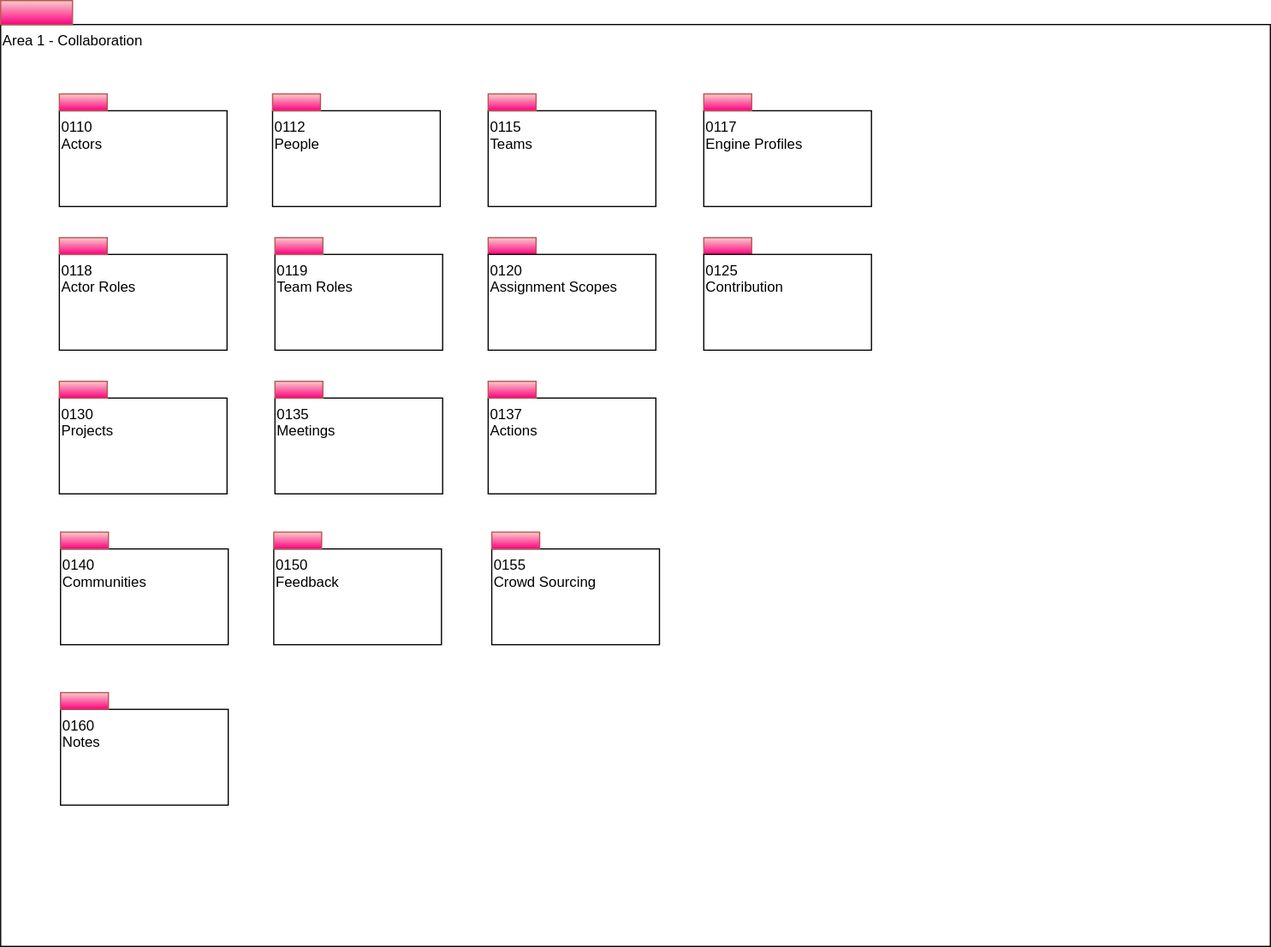
Before: site/docs/types/1/area-1-collaboration-overview.svg, a diagram exported from draw.io (odpi/egeria-docs). Source tidied: cells renumbered, new cells last; positions are measured from the earlier drawing's top-left corner, leaving out a move shared by most shapes.
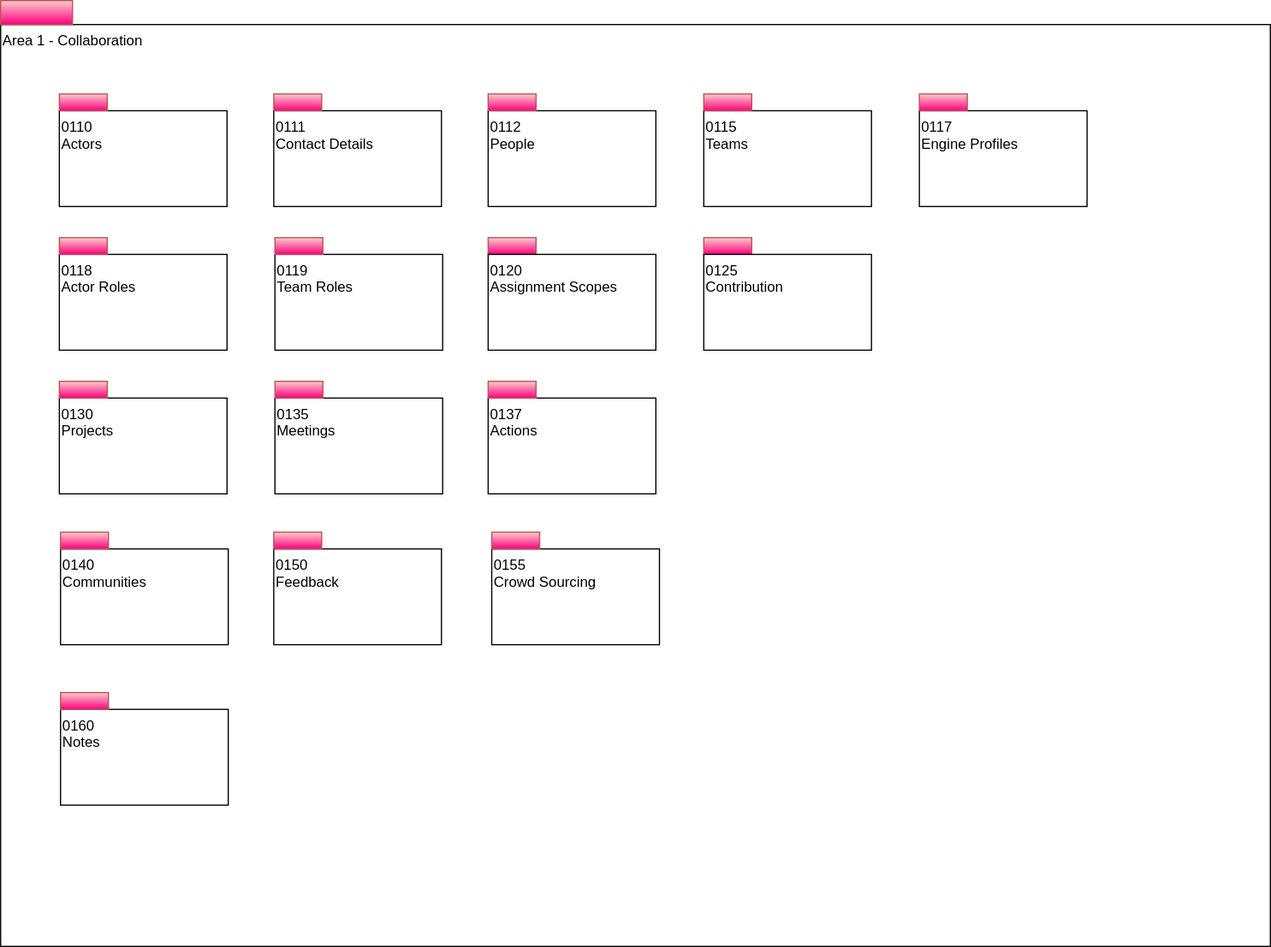
Above is the later version.

Commit message:
Make contact details referenceable

Diff of the diagram source:
```diff
@@ -45,16 +45,16 @@
       <mxGeometry x="49" y="78" width="40" height="14" as="geometry" />
     </mxCell>
     <mxCell id="16" value="0112&lt;br&gt;People&lt;br&gt;" style="rounded=0;whiteSpace=wrap;html=1;align=left;verticalAlign=top;" parent="1" vertex="1">
-      <mxGeometry x="227" y="92" width="140" height="80" as="geometry" />
+      <mxGeometry x="407" y="92" width="140" height="80" as="geometry" />
     </mxCell>
     <mxCell id="17" style="html=1;strokeColor=#b85450;align=center;fillColor=#f8cecc;gradientColor=#FF0080;" parent="1" vertex="1">
-      <mxGeometry x="227" y="78" width="40" height="14" as="geometry" />
+      <mxGeometry x="407" y="78" width="40" height="14" as="geometry" />
     </mxCell>
     <mxCell id="18" value="0115&lt;br&gt;Teams&lt;br&gt;" style="rounded=0;whiteSpace=wrap;html=1;align=left;verticalAlign=top;" parent="1" vertex="1">
-      <mxGeometry x="407" y="92" width="140" height="80" as="geometry" />
+      <mxGeometry x="587" y="92" width="140" height="80" as="geometry" />
     </mxCell>
     <mxCell id="19" style="html=1;strokeColor=#b85450;align=center;fillColor=#f8cecc;gradientColor=#FF0080;" parent="1" vertex="1">
-      <mxGeometry x="407" y="78" width="40" height="14" as="geometry" />
+      <mxGeometry x="587" y="78" width="40" height="14" as="geometry" />
     </mxCell>
     <mxCell id="20" value="0155&lt;br&gt;Crowd Sourcing&lt;br&gt;" style="rounded=0;whiteSpace=wrap;html=1;align=left;verticalAlign=top;" parent="1" vertex="1">
       <mxGeometry x="410" y="458" width="140" height="80" as="geometry" />
@@ -69,10 +69,10 @@
       <mxGeometry x="407" y="318" width="40" height="14" as="geometry" />
     </mxCell>
     <mxCell id="24" value="0117&lt;br&gt;Engine Profiles&lt;br&gt;" style="rounded=0;whiteSpace=wrap;html=1;align=left;verticalAlign=top;" parent="1" vertex="1">
-      <mxGeometry x="587" y="92" width="140" height="80" as="geometry" />
+      <mxGeometry x="767" y="92" width="140" height="80" as="geometry" />
     </mxCell>
     <mxCell id="25" style="html=1;strokeColor=#b85450;align=center;fillColor=#f8cecc;gradientColor=#FF0080;" parent="1" vertex="1">
-      <mxGeometry x="587" y="78" width="40" height="14" as="geometry" />
+      <mxGeometry x="767" y="78" width="40" height="14" as="geometry" />
     </mxCell>
     <mxCell id="26" value="0118&lt;br&gt;Actor Roles" style="rounded=0;whiteSpace=wrap;html=1;align=left;verticalAlign=top;" parent="1" vertex="1">
       <mxGeometry x="49" y="212" width="140" height="80" as="geometry" />
@@ -98,5 +98,11 @@
     <mxCell id="33" value="0125&lt;br&gt;Contribution" style="rounded=0;whiteSpace=wrap;html=1;align=left;verticalAlign=top;" parent="1" vertex="1">
       <mxGeometry x="587" y="212" width="140" height="80" as="geometry" />
     </mxCell>
+    <mxCell id="34" value="0111&lt;br&gt;Contact Details" style="rounded=0;whiteSpace=wrap;html=1;align=left;verticalAlign=top;" parent="1" vertex="1">
+      <mxGeometry x="228" y="92" width="140" height="80" as="geometry" />
+    </mxCell>
+    <mxCell id="35" style="html=1;strokeColor=#b85450;align=center;fillColor=#f8cecc;gradientColor=#FF0080;" parent="1" vertex="1">
+      <mxGeometry x="228" y="78" width="40" height="14" as="geometry" />
+    </mxCell>
   </root>
 </mxGraphModel>
```
